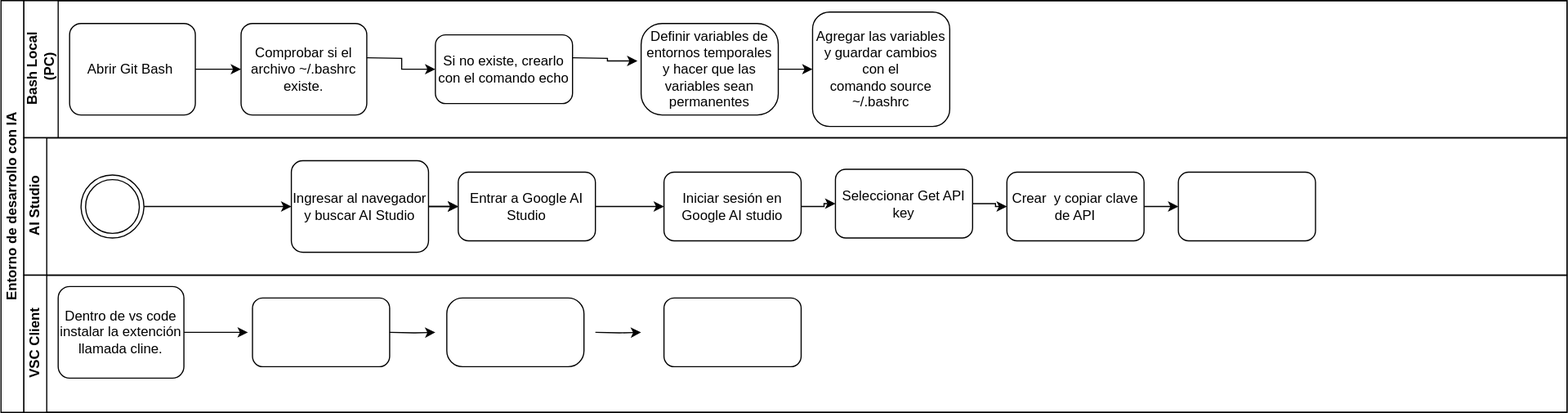
The draw.io diagram systems_analysis/eva2/crear-env-vars-gitbash-windows.drawio.svg in cdvelop/aiep, before a commit. Source tidied: cells renumbered, new cells last; positions are measured from the earlier drawing's top-left corner, leaving out a move shared by most shapes.
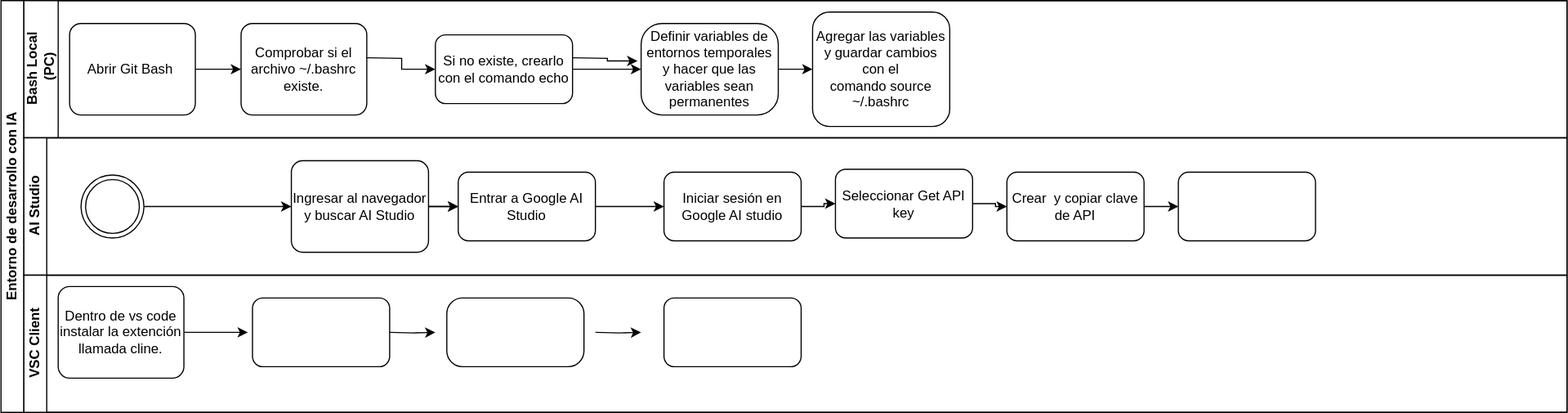
After the commit.

Change to the diagram source:
```diff
@@ -17,6 +17,9 @@
     <mxCell id="6" value="Definir variables de entornos temporales y hacer que las variables sean permanentes" style="rounded=1;whiteSpace=wrap;html=1;arcSize=23;" parent="3" vertex="1">
       <mxGeometry x="540" y="20" width="120" height="80" as="geometry" />
     </mxCell>
+    <mxCell id="36" style="edgeStyle=orthogonalEdgeStyle;rounded=0;jettySize=auto;html=1;" parent="3" edge="1" source="7" target="6">
+      <mxGeometry relative="1" as="geometry" />
+    </mxCell>
     <mxCell id="7" value="Si no existe, crearlo con el comando echo" style="rounded=1;whiteSpace=wrap;html=1;" parent="3" vertex="1">
       <mxGeometry x="360" y="30" width="120" height="60" as="geometry" />
     </mxCell>
```
